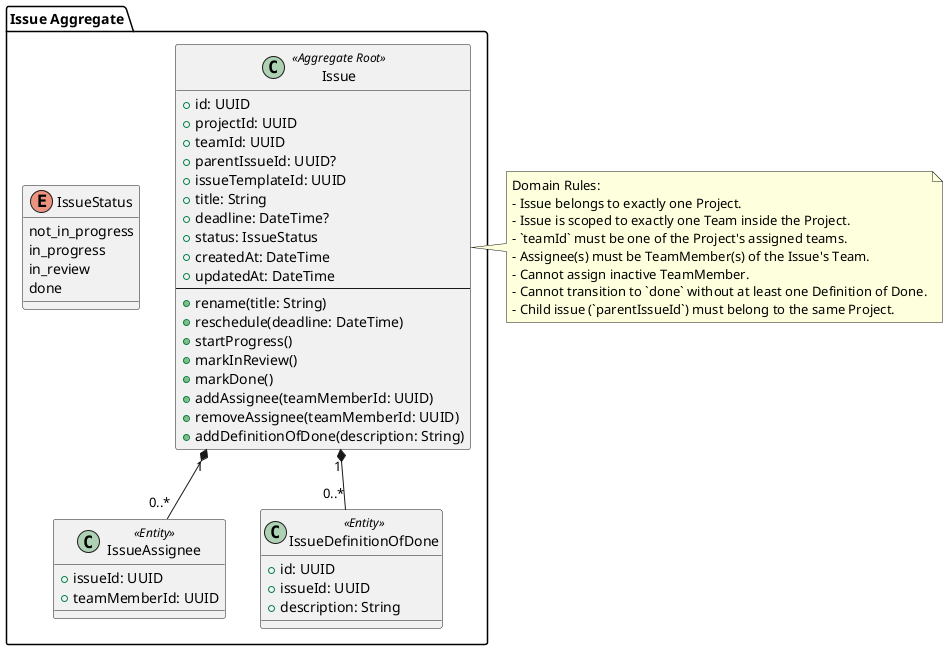
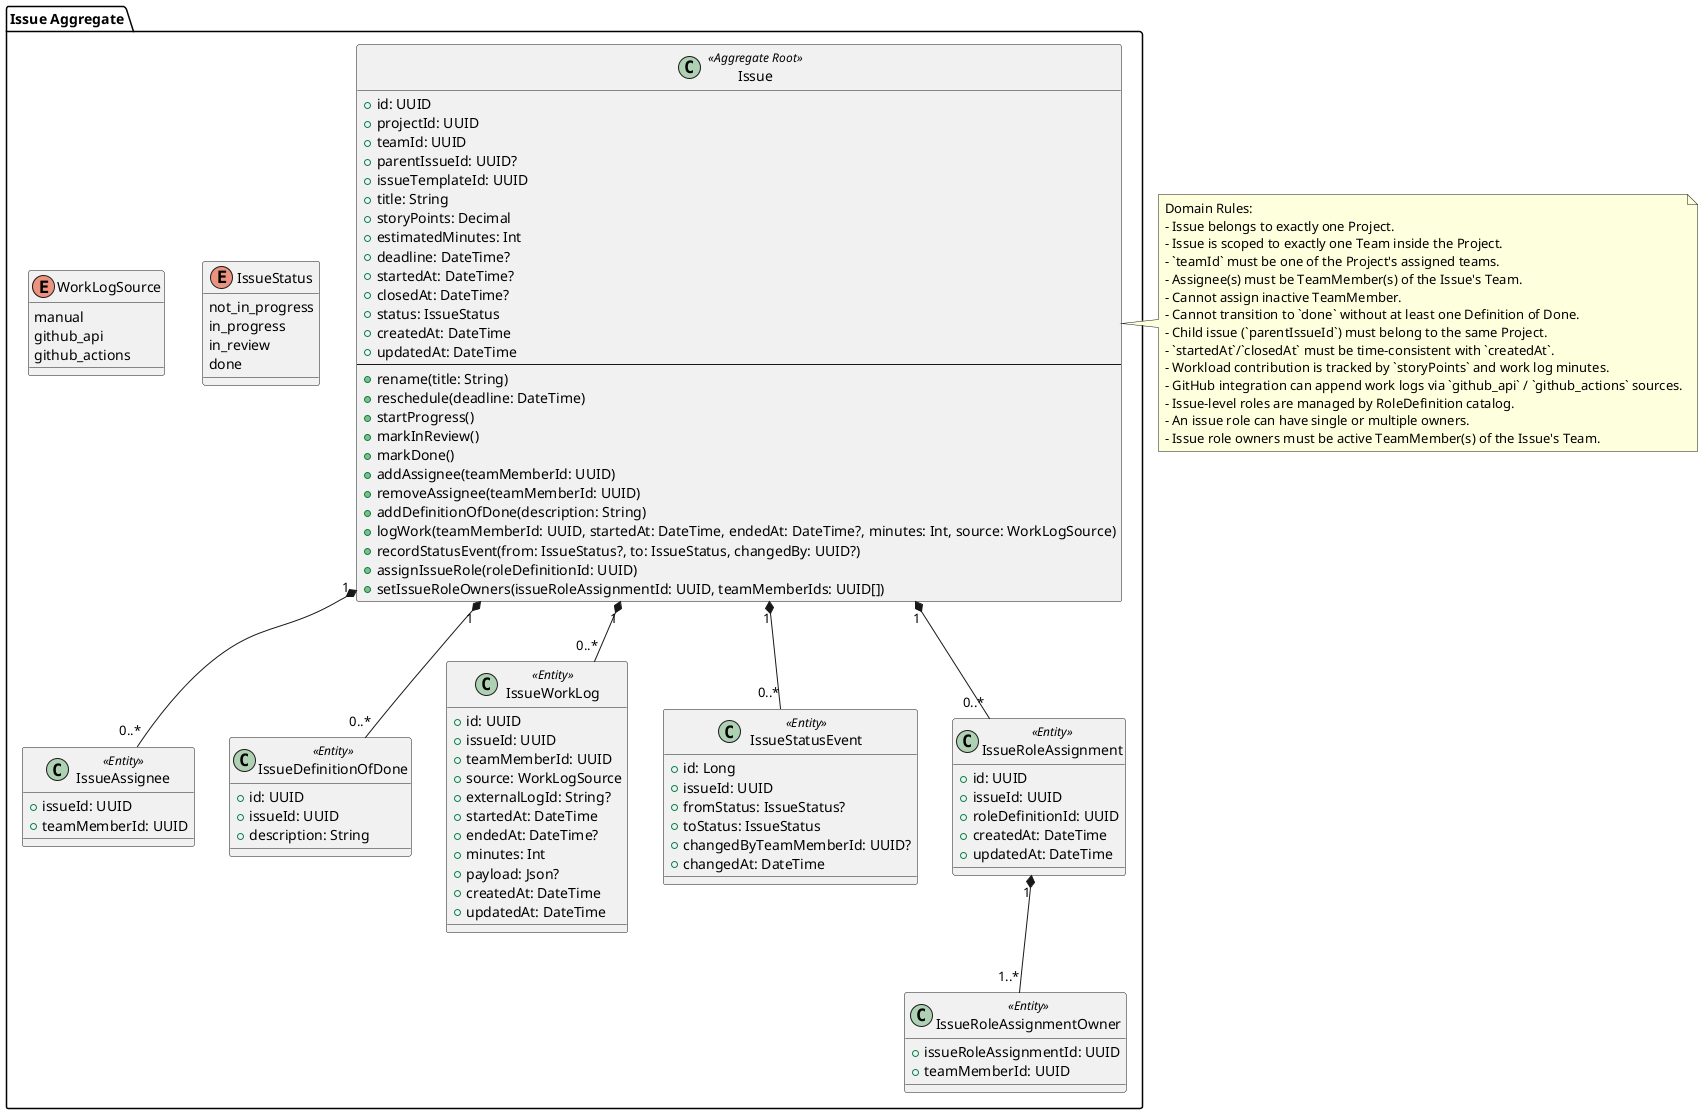
@startuml
package "Issue Aggregate" {

  class Issue <<Aggregate Root>> {
    +id: UUID
    +projectId: UUID
    +teamId: UUID
    +parentIssueId: UUID?
    +issueTemplateId: UUID
    +title: String
+     +storyPoints: Decimal
+     +estimatedMinutes: Int
    +deadline: DateTime?
+     +startedAt: DateTime?
+     +closedAt: DateTime?
    +status: IssueStatus
    +createdAt: DateTime
    +updatedAt: DateTime
    --
    +rename(title: String)
    +reschedule(deadline: DateTime)
    +startProgress()
    +markInReview()
    +markDone()
    +addAssignee(teamMemberId: UUID)
    +removeAssignee(teamMemberId: UUID)
    +addDefinitionOfDone(description: String)
+     +logWork(teamMemberId: UUID, startedAt: DateTime, endedAt: DateTime?, minutes: Int, source: WorkLogSource)
+     +recordStatusEvent(from: IssueStatus?, to: IssueStatus, changedBy: UUID?)
+     +assignIssueRole(roleDefinitionId: UUID)
+     +setIssueRoleOwners(issueRoleAssignmentId: UUID, teamMemberIds: UUID[])
  }

  enum IssueStatus {
    not_in_progress
    in_progress
    in_review
    done
  }

  class IssueAssignee <<Entity>> {
    +issueId: UUID
    +teamMemberId: UUID
  }

  class IssueDefinitionOfDone <<Entity>> {
    +id: UUID
    +issueId: UUID
    +description: String
  }

+   enum WorkLogSource {
+     manual
+     github_api
+     github_actions
+   }
+ 
+   class IssueWorkLog <<Entity>> {
+     +id: UUID
+     +issueId: UUID
+     +teamMemberId: UUID
+     +source: WorkLogSource
+     +externalLogId: String?
+     +startedAt: DateTime
+     +endedAt: DateTime?
+     +minutes: Int
+     +payload: Json?
+     +createdAt: DateTime
+     +updatedAt: DateTime
+   }
+ 
+   class IssueStatusEvent <<Entity>> {
+     +id: Long
+     +issueId: UUID
+     +fromStatus: IssueStatus?
+     +toStatus: IssueStatus
+     +changedByTeamMemberId: UUID?
+     +changedAt: DateTime
+   }
+ 
+   class IssueRoleAssignment <<Entity>> {
+     +id: UUID
+     +issueId: UUID
+     +roleDefinitionId: UUID
+     +createdAt: DateTime
+     +updatedAt: DateTime
+   }
+ 
+   class IssueRoleAssignmentOwner <<Entity>> {
+     +issueRoleAssignmentId: UUID
+     +teamMemberId: UUID
+   }
+ 
  Issue "1" *-- "0..*" IssueAssignee
  Issue "1" *-- "0..*" IssueDefinitionOfDone
+   Issue "1" *-- "0..*" IssueWorkLog
+   Issue "1" *-- "0..*" IssueStatusEvent
+   Issue "1" *-- "0..*" IssueRoleAssignment
+   IssueRoleAssignment "1" *-- "1..*" IssueRoleAssignmentOwner
}

note right of Issue
Domain Rules:
- Issue belongs to exactly one Project.
- Issue is scoped to exactly one Team inside the Project.
- `teamId` must be one of the Project's assigned teams.
- Assignee(s) must be TeamMember(s) of the Issue's Team.
- Cannot assign inactive TeamMember.
- Cannot transition to `done` without at least one Definition of Done.
- Child issue (`parentIssueId`) must belong to the same Project.
+ - `startedAt`/`closedAt` must be time-consistent with `createdAt`.
+ - Workload contribution is tracked by `storyPoints` and work log minutes.
+ - GitHub integration can append work logs via `github_api` / `github_actions` sources.
+ - Issue-level roles are managed by RoleDefinition catalog.
+ - An issue role can have single or multiple owners.
+ - Issue role owners must be active TeamMember(s) of the Issue's Team.
end note

@enduml